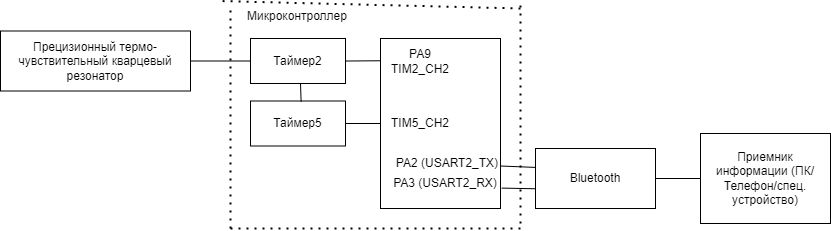
Before: DOC/images/Structura.png, a diagram exported from draw.io (Luda-Seliv-KE-413/Kursovoy). Source tidied: cells renumbered, new cells last; positions are measured from the earlier drawing's top-left corner, leaving out a move shared by most shapes.
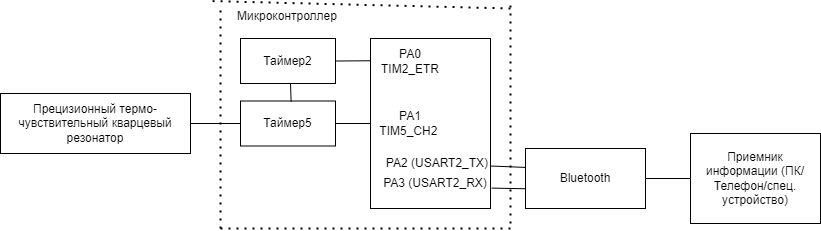
The same diagram one commit later.

Diff of the diagram source:
```diff
@@ -9,7 +9,7 @@
       <mxGeometry x="535" y="148" width="120" height="60" as="geometry" />
     </mxCell>
     <mxCell id="4" value="Прецизионный термо-чувствительный кварцевый резонатор" style="rounded=0;whiteSpace=wrap;html=1;" parent="1" vertex="1">
-      <mxGeometry y="30.5" width="190" height="60" as="geometry" />
+      <mxGeometry x="10" y="93" width="190" height="60" as="geometry" />
     </mxCell>
     <mxCell id="5" value="Приемник информации (ПК/Телефон/спец. устройство)" style="rounded=0;whiteSpace=wrap;html=1;" parent="1" vertex="1">
       <mxGeometry x="700" y="133" width="130" height="90" as="geometry" />
@@ -17,7 +17,7 @@
     <mxCell id="6" style="endArrow=none;html=1;rounded=0;exitX=1;exitY=0.5;exitDx=0;exitDy=0;entryX=0;entryY=0.5;entryDx=0;entryDy=0;" parent="1" edge="1" source="3" target="5">
       <mxGeometry relative="1" as="geometry" />
     </mxCell>
-    <mxCell id="7" style="endArrow=none;html=1;rounded=0;exitX=1;exitY=0.5;exitDx=0;exitDy=0;entryX=0;entryY=0.5;entryDx=0;entryDy=0;" parent="1" edge="1" source="4" target="17">
+    <mxCell id="7" style="endArrow=none;html=1;rounded=0;exitX=1;exitY=0.5;exitDx=0;exitDy=0;entryX=0;entryY=0.5;entryDx=0;entryDy=0;" parent="1" edge="1" source="4" target="20">
       <mxGeometry relative="1" as="geometry" />
     </mxCell>
     <mxCell id="8" value="Микроконтроллер" style="text;html=1;align=center;verticalAlign=middle;whiteSpace=wrap;rounded=0;" parent="1" vertex="1">
@@ -70,7 +70,7 @@
         <mxPoint x="379.9" y="60.3" as="targetPoint" />
       </mxGeometry>
     </mxCell>
-    <mxCell id="19" value="PA9&lt;br&gt;TIM2_CH2" style="text;html=1;align=center;verticalAlign=middle;whiteSpace=wrap;rounded=0;" parent="1" vertex="1">
+    <mxCell id="19" value="PA0&lt;br&gt;TIM2_ETR" style="text;html=1;align=center;verticalAlign=middle;whiteSpace=wrap;rounded=0;" parent="1" vertex="1">
       <mxGeometry x="390" y="45.5" width="60" height="30" as="geometry" />
     </mxCell>
     <mxCell id="20" value="Таймер5" style="rounded=0;whiteSpace=wrap;html=1;" parent="1" vertex="1">
@@ -84,7 +84,7 @@
         <mxPoint x="300" y="83" as="targetPoint" />
       </mxGeometry>
     </mxCell>
-    <mxCell id="23" value="TIM5_CH2" style="text;html=1;align=center;verticalAlign=middle;whiteSpace=wrap;rounded=0;" parent="1" vertex="1">
+    <mxCell id="23" value="PA1&lt;br&gt;TIM5_CH2&amp;nbsp;" style="text;html=1;align=center;verticalAlign=middle;whiteSpace=wrap;rounded=0;" parent="1" vertex="1">
       <mxGeometry x="390" y="108" width="60" height="30" as="geometry" />
     </mxCell>
   </root>
```
